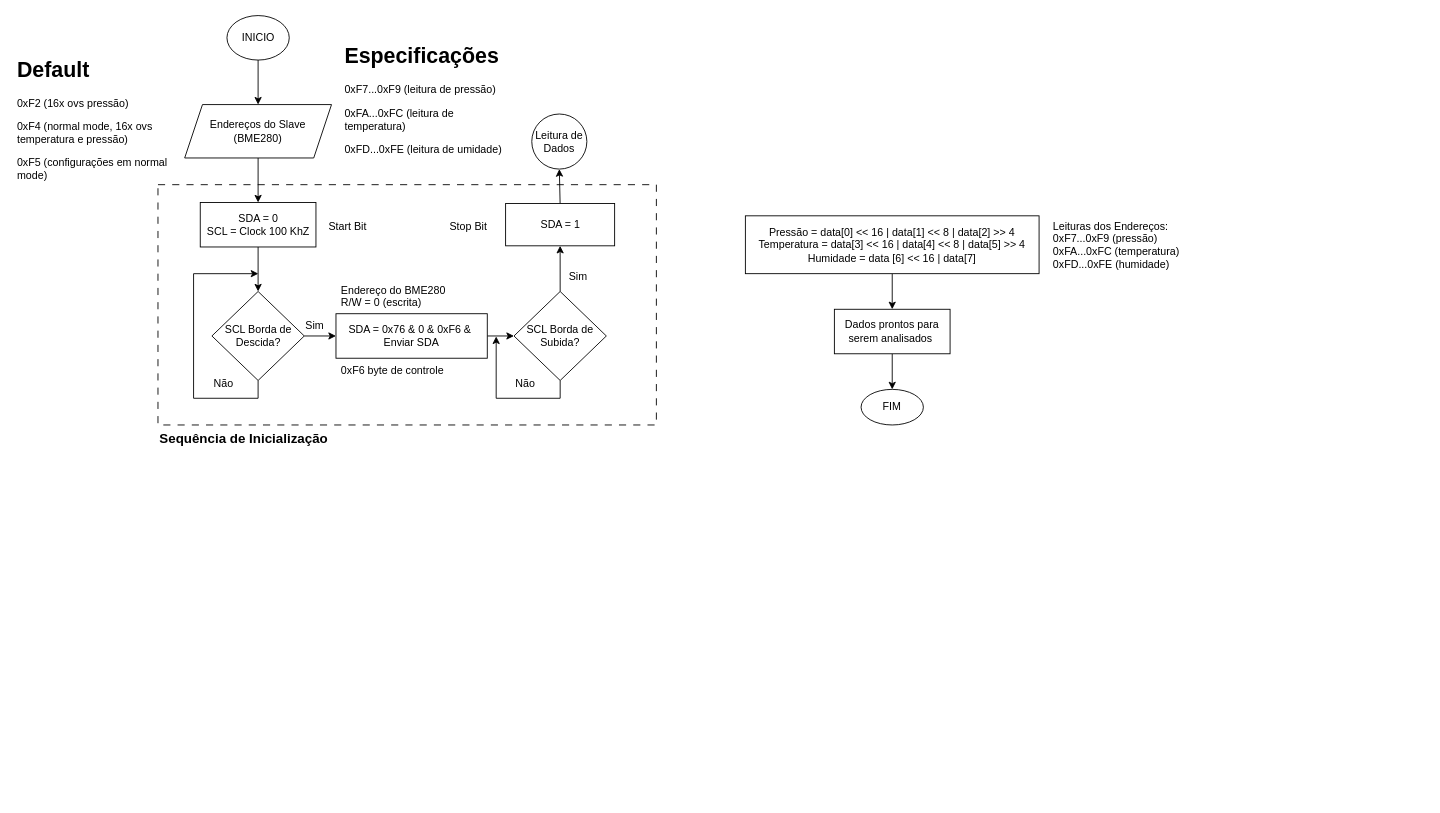
Earlier version of the draw.io diagram Fluxograma_I2C.drawio (Emamnuel/Desafio_Tecnico_Nuven_VSCode). Source tidied: cells renumbered, new cells numbered last; positions are measured from the earlier drawing's top-left corner, leaving out a move shared by most shapes. Both pictures are drawn from the tidied source at 89%, with x=0, y=0 at pixel (15, 15).
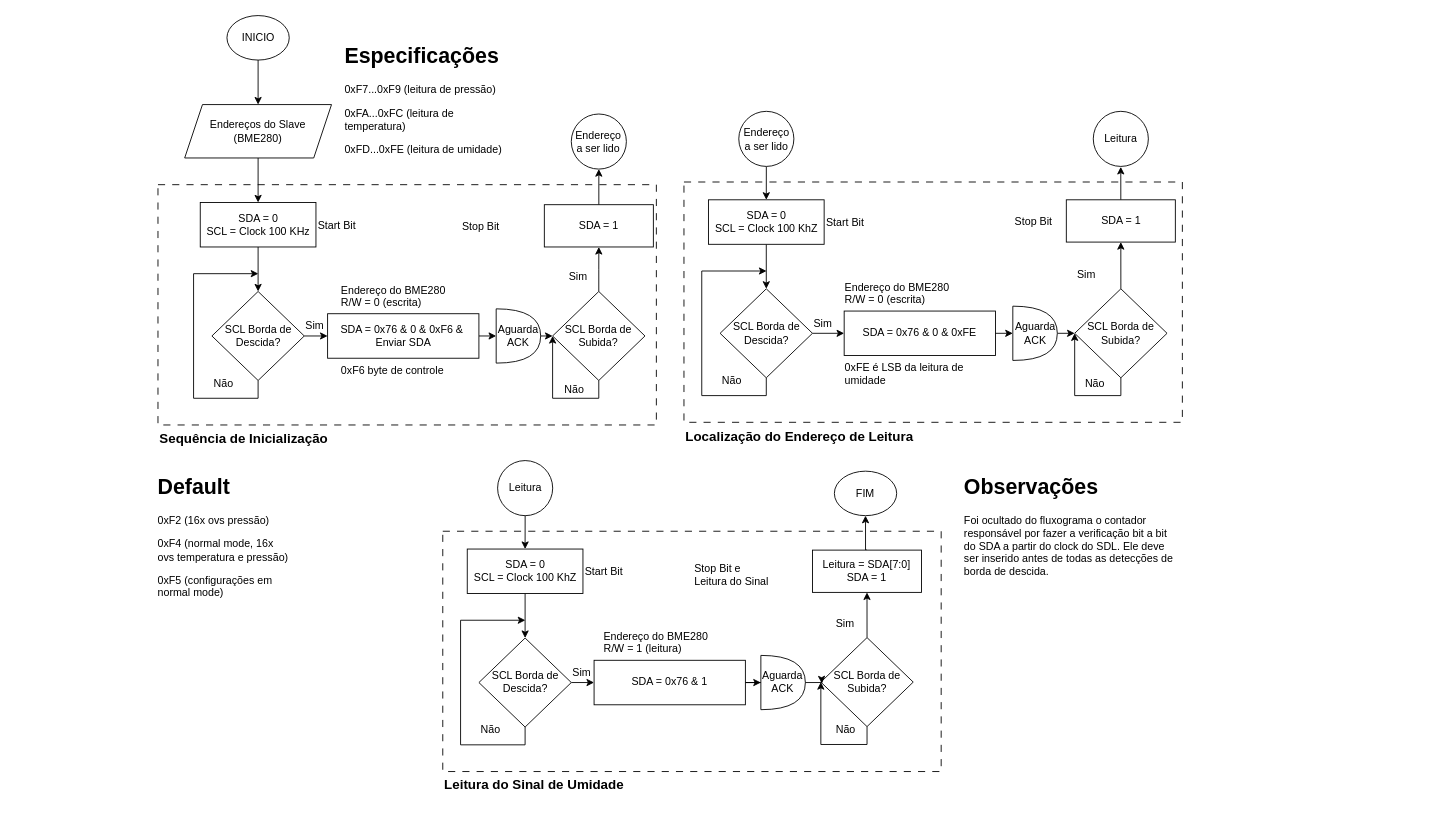
After the change.

Change to the diagram source:
```diff
@@
+    <mxCell id="37" style="rounded=0;whiteSpace=wrap;html=1;fillColor=none;dashed=1;dashPattern=8 8;" parent="1" vertex="1">
+      <mxGeometry x="751" y="187" width="560" height="270" as="geometry" />
+    </mxCell>
@@
-    <mxCell id="8" style="edgeStyle=orthogonalEdgeStyle;rounded=0;jettySize=auto;html=1;exitX=1;exitY=0.5;exitDx=0;exitDy=0;entryX=0;entryY=0.5;entryDx=0;entryDy=0;" parent="1" edge="1" source="9" target="29">
+    <mxCell id="8" style="edgeStyle=orthogonalEdgeStyle;rounded=0;jettySize=auto;html=1;exitX=1;exitY=0.5;exitDx=0;exitDy=0;entryX=0;entryY=0.5;entryDx=0;entryDy=0;exitPerimeter=0;" parent="1" edge="1" source="89" target="29">
       <mxGeometry relative="1" as="geometry" />
     </mxCell>
+    <mxCell id="38" style="edgeStyle=orthogonalEdgeStyle;rounded=0;jettySize=auto;html=1;exitX=1;exitY=0.5;exitDx=0;exitDy=0;entryX=0;entryY=0.5;entryDx=0;entryDy=0;entryPerimeter=0;" parent="1" edge="1" source="9" target="89">
+      <mxGeometry relative="1" as="geometry" />
+    </mxCell>
     <mxCell id="9" value="SDA = 0x76 &amp;amp; 0 &amp;amp; 0xF6 &amp;amp;&amp;nbsp;&lt;div&gt;Enviar SDA&lt;/div&gt;" style="rounded=0;whiteSpace=wrap;html=1;" parent="1" vertex="1">
-      <mxGeometry x="360" y="335" width="170" height="50" as="geometry" />
+      <mxGeometry x="350.6" y="335" width="170" height="50" as="geometry" />
     </mxCell>
@@
-    <mxCell id="13" value="FIM" style="ellipse;whiteSpace=wrap;html=1;" parent="1" vertex="1">
-      <mxGeometry x="950" y="420" width="70" height="40" as="geometry" />
-    </mxCell>
-    <mxCell id="14" value="&lt;h1 style=&quot;margin-top: 0px;&quot;&gt;Default&lt;/h1&gt;&lt;p&gt;0xF2 (16x ovs pressão)&lt;/p&gt;&lt;p&gt;0xF4 (normal mode, 16x ovs temperatura e pressão)&lt;/p&gt;&lt;p&gt;&lt;span style=&quot;background-color: initial;&quot;&gt;0xF5 (configurações em normal mode)&lt;/span&gt;&lt;/p&gt;" style="text;html=1;whiteSpace=wrap;overflow=hidden;rounded=0;" parent="1" vertex="1">
-      <mxGeometry y="40" width="190" height="150" as="geometry" />
-    </mxCell>
-    <mxCell id="15" style="edgeStyle=orthogonalEdgeStyle;rounded=0;jettySize=auto;html=1;exitX=0.5;exitY=1;exitDx=0;exitDy=0;entryX=0.5;entryY=0;entryDx=0;entryDy=0;" parent="1" edge="1" source="16" target="19">
-      <mxGeometry relative="1" as="geometry" />
-    </mxCell>
-    <mxCell id="16" value="Pressão = data[0] &amp;lt;&amp;lt; 16 | data[1] &amp;lt;&amp;lt; 8 | data[2] &amp;gt;&amp;gt; 4&lt;div&gt;Temperatura = data[3] &amp;lt;&amp;lt; 16 | data[4] &amp;lt;&amp;lt; 8 | data[5] &amp;gt;&amp;gt; 4&lt;/div&gt;&lt;div&gt;Humidade = data [6] &amp;lt;&amp;lt; 16 | data[7]&lt;br&gt;&lt;/div&gt;" style="rounded=0;whiteSpace=wrap;html=1;" parent="1" vertex="1">
-      <mxGeometry x="820" y="225" width="330" height="65" as="geometry" />
-    </mxCell>
-    <mxCell id="17" value="Leituras dos Endereços: &#10;0xF7...0xF9 (pressão)&#10;0xFA...0xFC (temperatura)&#10;0xFD...0xFE (humidade)&#10;" style="text;whiteSpace=wrap;" parent="1" vertex="1">
-      <mxGeometry x="1164" y="222.5" width="420" height="70" as="geometry" />
-    </mxCell>
-    <mxCell id="18" style="edgeStyle=orthogonalEdgeStyle;rounded=0;jettySize=auto;html=1;exitX=0.5;exitY=1;exitDx=0;exitDy=0;entryX=0.5;entryY=0;entryDx=0;entryDy=0;" parent="1" edge="1" source="19" target="13">
-      <mxGeometry relative="1" as="geometry" />
-    </mxCell>
-    <mxCell id="19" value="Dados prontos para serem analisados&amp;nbsp;" style="rounded=0;whiteSpace=wrap;html=1;" parent="1" vertex="1">
-      <mxGeometry x="920" y="330" width="130" height="50" as="geometry" />
-    </mxCell>
@@
-    <mxCell id="21" value="&lt;div&gt;SDA = 0&lt;/div&gt;SCL = Clock 100 KhZ" style="rounded=0;whiteSpace=wrap;html=1;" parent="1" vertex="1">
+    <mxCell id="21" value="&lt;div&gt;SDA = 0&lt;/div&gt;SCL = Clock 100 KHz" style="rounded=0;whiteSpace=wrap;html=1;" parent="1" vertex="1">
       <mxGeometry x="207.5" y="210" width="130" height="50" as="geometry" />
     </mxCell>
     <mxCell id="22" value="Endereço do BME280 &#10;R/W = 0 (escrita)" style="text;whiteSpace=wrap;" parent="1" vertex="1">
-      <mxGeometry x="363.8" y="295" width="122.5" height="40" as="geometry" />
+      <mxGeometry x="363.8" y="295" width="156.2" height="40" as="geometry" />
     </mxCell>
@@
     <mxCell id="26" value="Start Bit" style="text;whiteSpace=wrap;" parent="1" vertex="1">
-      <mxGeometry x="350" y="222.5" width="60" height="25" as="geometry" />
+      <mxGeometry x="337.5" y="222" width="60" height="25" as="geometry" />
     </mxCell>
-    <mxCell id="27" style="edgeStyle=orthogonalEdgeStyle;rounded=0;jettySize=auto;html=1;exitX=0.5;exitY=1;exitDx=0;exitDy=0;" parent="1" edge="1" source="29">
-      <mxGeometry relative="1" as="geometry">
-        <mxPoint x="540" y="360" as="targetPoint" />
-      </mxGeometry>
-    </mxCell>
@@
     <mxCell id="29" value="SCL Borda de Subida?" style="rhombus;whiteSpace=wrap;html=1;" parent="1" vertex="1">
-      <mxGeometry x="560" y="310" width="103.8" height="100" as="geometry" />
+      <mxGeometry x="603.4" y="310" width="103.8" height="100" as="geometry" />
     </mxCell>
     <mxCell id="30" value="Não" style="text;whiteSpace=wrap;" parent="1" vertex="1">
-      <mxGeometry x="560" y="400" width="30" height="30" as="geometry" />
+      <mxGeometry x="615" y="407" width="30" height="30" as="geometry" />
     </mxCell>
@@
     <mxCell id="32" value="&lt;div&gt;SDA = 1&lt;/div&gt;" style="rounded=0;whiteSpace=wrap;html=1;" parent="1" vertex="1">
-      <mxGeometry x="550.6" y="211.2" width="122.5" height="47.5" as="geometry" />
+      <mxGeometry x="594.1" y="212.5" width="122.5" height="47.5" as="geometry" />
     </mxCell>
     <mxCell id="33" value="Stop Bit" style="text;whiteSpace=wrap;" parent="1" vertex="1">
-      <mxGeometry x="486.2" y="222.5" width="60" height="25" as="geometry" />
+      <mxGeometry x="500" y="222.5" width="60" height="25" as="geometry" />
     </mxCell>
@@
-    <mxCell id="36" value="Leitura de Dados" style="ellipse;whiteSpace=wrap;html=1;" parent="1" vertex="1">
-      <mxGeometry x="580" y="110.6" width="61.9" height="61.9" as="geometry" />
+    <mxCell id="36" value="Endereço a ser lido" style="ellipse;whiteSpace=wrap;html=1;" parent="1" vertex="1">
+      <mxGeometry x="624.4" y="110.6" width="61.9" height="61.9" as="geometry" />
     </mxCell>
+    <mxCell id="39" style="edgeStyle=orthogonalEdgeStyle;rounded=0;jettySize=auto;html=1;exitX=0.5;exitY=1;exitDx=0;exitDy=0;entryX=0.5;entryY=0;entryDx=0;entryDy=0;" parent="1" edge="1" source="40" target="45">
+      <mxGeometry relative="1" as="geometry" />
+    </mxCell>
+    <mxCell id="40" value="Endereço a ser lido" style="ellipse;whiteSpace=wrap;html=1;" parent="1" vertex="1">
+      <mxGeometry x="812.6" y="107.6" width="61.9" height="61.9" as="geometry" />
+    </mxCell>
+    <mxCell id="41" style="edgeStyle=orthogonalEdgeStyle;rounded=0;jettySize=auto;html=1;exitX=0.5;exitY=1;exitDx=0;exitDy=0;" parent="1" edge="1" source="43">
+      <mxGeometry relative="1" as="geometry">
+        <mxPoint x="843.8" y="287" as="targetPoint" />
+        <Array as="points">
+          <mxPoint x="844" y="427" />
+          <mxPoint x="771" y="427" />
+          <mxPoint x="771" y="287" />
+        </Array>
+      </mxGeometry>
+    </mxCell>
+    <mxCell id="42" style="edgeStyle=orthogonalEdgeStyle;rounded=0;jettySize=auto;html=1;exitX=1;exitY=0.5;exitDx=0;exitDy=0;entryX=0;entryY=0.5;entryDx=0;entryDy=0;" parent="1" edge="1" source="43" target="48">
+      <mxGeometry relative="1" as="geometry" />
+    </mxCell>
+    <mxCell id="43" value="SCL Borda de Descida?" style="rhombus;whiteSpace=wrap;html=1;" parent="1" vertex="1">
+      <mxGeometry x="791.6" y="307" width="103.8" height="100" as="geometry" />
+    </mxCell>
+    <mxCell id="44" style="edgeStyle=orthogonalEdgeStyle;rounded=0;jettySize=auto;html=1;exitX=0.5;exitY=1;exitDx=0;exitDy=0;entryX=0.5;entryY=0;entryDx=0;entryDy=0;" parent="1" edge="1" source="45" target="43">
+      <mxGeometry relative="1" as="geometry" />
+    </mxCell>
+    <mxCell id="45" value="&lt;div&gt;SDA = 0&lt;/div&gt;SCL = Clock 100 KhZ" style="rounded=0;whiteSpace=wrap;html=1;" parent="1" vertex="1">
+      <mxGeometry x="778.5" y="207" width="130" height="50" as="geometry" />
+    </mxCell>
+    <mxCell id="46" value="Não" style="text;whiteSpace=wrap;" parent="1" vertex="1">
+      <mxGeometry x="791.6" y="397" width="30" height="30" as="geometry" />
+    </mxCell>
+    <mxCell id="47" value="Start Bit" style="text;whiteSpace=wrap;" parent="1" vertex="1">
+      <mxGeometry x="908.5" y="219" width="60" height="25" as="geometry" />
+    </mxCell>
+    <mxCell id="48" value="SDA = 0x76 &amp;amp; 0 &amp;amp; 0xFE" style="rounded=0;whiteSpace=wrap;html=1;" parent="1" vertex="1">
+      <mxGeometry x="931" y="332" width="170" height="50" as="geometry" />
+    </mxCell>
+    <mxCell id="49" value="Endereço do BME280 &#10;R/W = 0 (escrita)" style="text;whiteSpace=wrap;" parent="1" vertex="1">
+      <mxGeometry x="930.4" y="292" width="156.2" height="40" as="geometry" />
+    </mxCell>
+    <mxCell id="50" value="Sim" style="text;whiteSpace=wrap;" parent="1" vertex="1">
+      <mxGeometry x="895.4" y="332" width="30" height="20" as="geometry" />
+    </mxCell>
+    <mxCell id="51" value="0xFE é LSB da leitura de umidade" style="text;whiteSpace=wrap;" parent="1" vertex="1">
+      <mxGeometry x="930.4" y="382" width="140.6" height="40" as="geometry" />
+    </mxCell>
+    <mxCell id="52" style="edgeStyle=orthogonalEdgeStyle;rounded=0;jettySize=auto;html=1;exitX=0.5;exitY=0;exitDx=0;exitDy=0;entryX=0.5;entryY=1;entryDx=0;entryDy=0;" parent="1" edge="1" source="54" target="56">
+      <mxGeometry relative="1" as="geometry" />
+    </mxCell>
+    <mxCell id="53" style="edgeStyle=orthogonalEdgeStyle;rounded=0;orthogonalLoop=1;jettySize=auto;html=1;exitX=0.5;exitY=1;exitDx=0;exitDy=0;entryX=0;entryY=0.5;entryDx=0;entryDy=0;" parent="1" edge="1" source="54" target="54">
+      <mxGeometry relative="1" as="geometry">
+        <Array as="points">
+          <mxPoint x="1242" y="427" />
+          <mxPoint x="1190" y="427" />
+        </Array>
+      </mxGeometry>
+    </mxCell>
+    <mxCell id="54" value="SCL Borda de Subida?" style="rhombus;whiteSpace=wrap;html=1;" parent="1" vertex="1">
+      <mxGeometry x="1190" y="307" width="103.8" height="100" as="geometry" />
+    </mxCell>
+    <mxCell id="55" style="edgeStyle=orthogonalEdgeStyle;rounded=0;jettySize=auto;html=1;exitX=0.5;exitY=0;exitDx=0;exitDy=0;" parent="1" edge="1" source="56">
+      <mxGeometry relative="1" as="geometry">
+        <mxPoint x="1241.8" y="170" as="targetPoint" />
+      </mxGeometry>
+    </mxCell>
+    <mxCell id="56" value="&lt;div&gt;SDA = 1&lt;/div&gt;" style="rounded=0;whiteSpace=wrap;html=1;" parent="1" vertex="1">
+      <mxGeometry x="1180.6" y="207" width="122.5" height="47.5" as="geometry" />
+    </mxCell>
+    <mxCell id="57" value="Stop Bit" style="text;whiteSpace=wrap;" parent="1" vertex="1">
+      <mxGeometry x="1120.6" y="218.2" width="60" height="25" as="geometry" />
+    </mxCell>
+    <mxCell id="58" value="Sim" style="text;whiteSpace=wrap;" parent="1" vertex="1">
+      <mxGeometry x="1190.8" y="276.5" width="30" height="30" as="geometry" />
+    </mxCell>
+    <mxCell id="59" value="Não" style="text;whiteSpace=wrap;" parent="1" vertex="1">
+      <mxGeometry x="1200" y="400" width="30" height="30" as="geometry" />
+    </mxCell>
+    <mxCell id="60" value="Leitura" style="ellipse;whiteSpace=wrap;html=1;" parent="1" vertex="1">
+      <mxGeometry x="1210.9" y="107.6" width="61.9" height="61.9" as="geometry" />
+    </mxCell>
+    <mxCell id="61" value="Localização do Endereço de Leitura" style="text;whiteSpace=wrap;fontStyle=1;fontSize=15;" parent="1" vertex="1">
+      <mxGeometry x="751" y="457" width="300" height="30" as="geometry" />
+    </mxCell>
+    <mxCell id="62" style="rounded=0;whiteSpace=wrap;html=1;fillColor=none;dashed=1;dashPattern=8 8;" parent="1" vertex="1">
+      <mxGeometry x="480" y="579.4" width="560" height="270" as="geometry" />
+    </mxCell>
+    <mxCell id="63" style="edgeStyle=orthogonalEdgeStyle;rounded=0;jettySize=auto;html=1;exitX=0.5;exitY=1;exitDx=0;exitDy=0;entryX=0.5;entryY=0;entryDx=0;entryDy=0;" parent="1" edge="1" source="64" target="69">
+      <mxGeometry relative="1" as="geometry" />
+    </mxCell>
+    <mxCell id="64" value="Leitura" style="ellipse;whiteSpace=wrap;html=1;" parent="1" vertex="1">
+      <mxGeometry x="541.6" y="500" width="61.9" height="61.9" as="geometry" />
+    </mxCell>
+    <mxCell id="65" style="edgeStyle=orthogonalEdgeStyle;rounded=0;jettySize=auto;html=1;exitX=0.5;exitY=1;exitDx=0;exitDy=0;" parent="1" edge="1" source="67">
+      <mxGeometry relative="1" as="geometry">
+        <mxPoint x="572.8" y="679.4" as="targetPoint" />
+        <Array as="points">
+          <mxPoint x="573" y="819.4" />
+          <mxPoint x="500" y="819.4" />
+          <mxPoint x="500" y="679.4" />
+        </Array>
+      </mxGeometry>
+    </mxCell>
+    <mxCell id="66" style="edgeStyle=orthogonalEdgeStyle;rounded=0;jettySize=auto;html=1;exitX=1;exitY=0.5;exitDx=0;exitDy=0;entryX=0;entryY=0.5;entryDx=0;entryDy=0;" parent="1" edge="1" source="67" target="73">
+      <mxGeometry relative="1" as="geometry" />
+    </mxCell>
+    <mxCell id="67" value="SCL Borda de Descida?" style="rhombus;whiteSpace=wrap;html=1;" parent="1" vertex="1">
+      <mxGeometry x="520.6" y="699.4" width="103.8" height="100" as="geometry" />
+    </mxCell>
+    <mxCell id="68" style="edgeStyle=orthogonalEdgeStyle;rounded=0;jettySize=auto;html=1;exitX=0.5;exitY=1;exitDx=0;exitDy=0;entryX=0.5;entryY=0;entryDx=0;entryDy=0;" parent="1" edge="1" source="69" target="67">
+      <mxGeometry relative="1" as="geometry" />
+    </mxCell>
+    <mxCell id="69" value="&lt;div&gt;SDA = 0&lt;/div&gt;SCL = Clock 100 KhZ" style="rounded=0;whiteSpace=wrap;html=1;" parent="1" vertex="1">
+      <mxGeometry x="507.5" y="599.4" width="130" height="50" as="geometry" />
+    </mxCell>
+    <mxCell id="70" value="Não" style="text;whiteSpace=wrap;" parent="1" vertex="1">
+      <mxGeometry x="520.6" y="789.4" width="30" height="30" as="geometry" />
+    </mxCell>
+    <mxCell id="71" value="Start Bit" style="text;whiteSpace=wrap;" parent="1" vertex="1">
+      <mxGeometry x="637.5" y="611.4" width="60" height="25" as="geometry" />
+    </mxCell>
+    <mxCell id="72" style="edgeStyle=orthogonalEdgeStyle;rounded=0;jettySize=auto;html=1;" parent="1" edge="1" source="73" target="91">
+      <mxGeometry relative="1" as="geometry" />
+    </mxCell>
+    <mxCell id="73" value="SDA = 0x76 &amp;amp; 1" style="rounded=0;whiteSpace=wrap;html=1;" parent="1" vertex="1">
+      <mxGeometry x="650" y="724.4" width="170" height="50" as="geometry" />
+    </mxCell>
+    <mxCell id="74" value="Endereço do BME280 &#10;R/W = 1 (leitura)" style="text;whiteSpace=wrap;" parent="1" vertex="1">
+      <mxGeometry x="659.4" y="684.4" width="156.2" height="40" as="geometry" />
+    </mxCell>
+    <mxCell id="75" value="Sim" style="text;whiteSpace=wrap;" parent="1" vertex="1">
+      <mxGeometry x="624.4" y="724.4" width="30" height="20" as="geometry" />
+    </mxCell>
+    <mxCell id="76" style="edgeStyle=orthogonalEdgeStyle;rounded=0;orthogonalLoop=1;jettySize=auto;html=1;exitX=0.5;exitY=1;exitDx=0;exitDy=0;entryX=0;entryY=0.5;entryDx=0;entryDy=0;" parent="1" edge="1" source="78" target="78">
+      <mxGeometry relative="1" as="geometry">
+        <Array as="points">
+          <mxPoint x="957" y="819" />
+          <mxPoint x="905" y="819" />
+        </Array>
+      </mxGeometry>
+    </mxCell>
+    <mxCell id="77" style="edgeStyle=orthogonalEdgeStyle;rounded=0;jettySize=auto;html=1;exitX=0.5;exitY=0;exitDx=0;exitDy=0;entryX=0.5;entryY=1;entryDx=0;entryDy=0;" parent="1" edge="1" source="78" target="80">
+      <mxGeometry relative="1" as="geometry" />
+    </mxCell>
+    <mxCell id="78" value="SCL Borda de Subida?" style="rhombus;whiteSpace=wrap;html=1;" parent="1" vertex="1">
+      <mxGeometry x="904.8" y="698.9" width="103.8" height="100" as="geometry" />
+    </mxCell>
+    <mxCell id="79" style="edgeStyle=orthogonalEdgeStyle;rounded=0;jettySize=auto;html=1;exitX=0.5;exitY=0;exitDx=0;exitDy=0;entryX=0.5;entryY=1;entryDx=0;entryDy=0;" parent="1" edge="1" source="80" target="13">
+      <mxGeometry relative="1" as="geometry" />
+    </mxCell>
+    <mxCell id="80" value="&lt;div&gt;Leitura = SDA[7:0]&lt;/div&gt;&lt;div&gt;SDA = 1&lt;/div&gt;" style="rounded=0;whiteSpace=wrap;html=1;" parent="1" vertex="1">
+      <mxGeometry x="895.4" y="600.6" width="122.5" height="47.5" as="geometry" />
+    </mxCell>
+    <mxCell id="81" value="Stop Bit e Leitura do Sinal" style="text;whiteSpace=wrap;" parent="1" vertex="1">
+      <mxGeometry x="761" y="608.3" width="89.8" height="28.1" as="geometry" />
+    </mxCell>
+    <mxCell id="82" value="Sim" style="text;whiteSpace=wrap;" parent="1" vertex="1">
+      <mxGeometry x="920" y="668.9" width="29.8" height="30" as="geometry" />
+    </mxCell>
+    <mxCell id="83" value="Não" style="text;whiteSpace=wrap;" parent="1" vertex="1">
+      <mxGeometry x="919.8" y="789.4" width="30" height="30" as="geometry" />
+    </mxCell>
+    <mxCell id="84" value="Leitura do Sinal de Umidade" style="text;whiteSpace=wrap;fontStyle=1;fontSize=15;" parent="1" vertex="1">
+      <mxGeometry x="480" y="849.4" width="300" height="30" as="geometry" />
+    </mxCell>
+    <mxCell id="13" value="FIM" style="ellipse;whiteSpace=wrap;html=1;" parent="1" vertex="1">
+      <mxGeometry x="920" y="511.9" width="70" height="50" as="geometry" />
+    </mxCell>
+    <mxCell id="14" value="&lt;h1 style=&quot;margin-top: 0px;&quot;&gt;Default&lt;/h1&gt;&lt;p&gt;0xF2 (16x ovs pressão)&lt;/p&gt;&lt;p&gt;0xF4 (normal mode, 16x ovs temperatura e pressão)&lt;/p&gt;&lt;p&gt;&lt;span style=&quot;background-color: initial;&quot;&gt;0xF5 (configurações em normal mode)&lt;/span&gt;&lt;/p&gt;" style="text;html=1;whiteSpace=wrap;overflow=hidden;rounded=0;" parent="1" vertex="1">
+      <mxGeometry x="157.5" y="509" width="150" height="150" as="geometry" />
+    </mxCell>
+    <mxCell id="85" value="&lt;h1 style=&quot;margin-top: 0px;&quot;&gt;Observações&lt;/h1&gt;&lt;p&gt;&lt;span style=&quot;background-color: initial;&quot;&gt;Foi ocultado do fluxograma o contador responsável por fazer a verificação bit a bit do SDA a partir do clock do SDL. Ele deve ser inserido antes de todas as detecções de borda de descida.&lt;/span&gt;&lt;/p&gt;" style="text;html=1;whiteSpace=wrap;overflow=hidden;rounded=0;" parent="1" vertex="1">
+      <mxGeometry x="1063.6" y="509" width="246.4" height="151" as="geometry" />
+    </mxCell>
+    <mxCell id="86" style="edgeStyle=orthogonalEdgeStyle;rounded=0;jettySize=auto;html=1;exitX=1;exitY=0.5;exitDx=0;exitDy=0;exitPerimeter=0;entryX=0;entryY=0.5;entryDx=0;entryDy=0;" parent="1" edge="1" source="87" target="54">
+      <mxGeometry relative="1" as="geometry" />
+    </mxCell>
+    <mxCell id="87" value="Aguarda ACK" style="shape=or;whiteSpace=wrap;html=1;" parent="1" vertex="1">
+      <mxGeometry x="1120.5" y="326.5" width="50" height="61" as="geometry" />
+    </mxCell>
+    <mxCell id="88" style="edgeStyle=orthogonalEdgeStyle;rounded=0;jettySize=auto;html=1;exitX=1;exitY=0.5;exitDx=0;exitDy=0;entryX=0;entryY=0.5;entryDx=0;entryDy=0;entryPerimeter=0;" parent="1" edge="1" source="48" target="87">
+      <mxGeometry relative="1" as="geometry" />
+    </mxCell>
+    <mxCell id="89" value="Aguarda ACK" style="shape=or;whiteSpace=wrap;html=1;" parent="1" vertex="1">
+      <mxGeometry x="540" y="329.5" width="50" height="61" as="geometry" />
+    </mxCell>
+    <mxCell id="90" style="edgeStyle=orthogonalEdgeStyle;rounded=0;orthogonalLoop=1;jettySize=auto;html=1;exitX=0.5;exitY=1;exitDx=0;exitDy=0;entryX=0;entryY=0.5;entryDx=0;entryDy=0;" parent="1" edge="1" source="29" target="29">
+      <mxGeometry relative="1" as="geometry">
+        <Array as="points">
+          <mxPoint x="655" y="430" />
+          <mxPoint x="603" y="430" />
+          <mxPoint x="603" y="360" />
+        </Array>
+      </mxGeometry>
+    </mxCell>
+    <mxCell id="91" value="Aguarda ACK" style="shape=or;whiteSpace=wrap;html=1;" parent="1" vertex="1">
+      <mxGeometry x="837.4" y="718.9" width="50" height="61" as="geometry" />
+    </mxCell>
+    <mxCell id="92" style="edgeStyle=orthogonalEdgeStyle;rounded=0;jettySize=auto;html=1;exitX=1;exitY=0.5;exitDx=0;exitDy=0;exitPerimeter=0;entryX=0.011;entryY=0.515;entryDx=0;entryDy=0;entryPerimeter=0;" parent="1" edge="1" source="91" target="78">
+      <mxGeometry relative="1" as="geometry" />
+    </mxCell>
```
